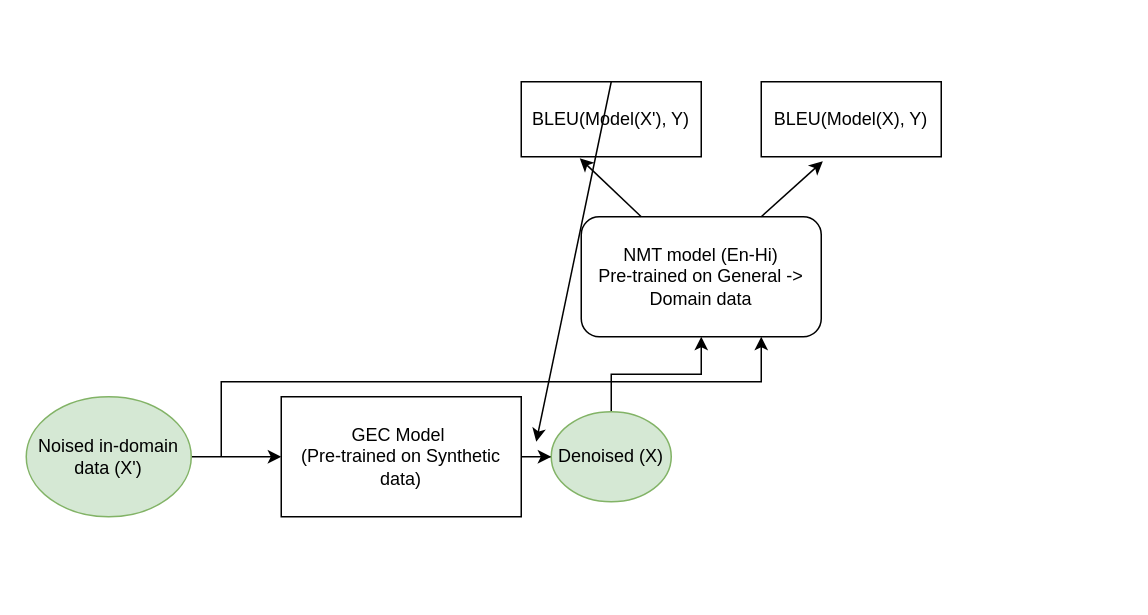
The draw.io diagram GEC denoiser.drawio in babangain/drawio, before the edit. Source tidied: cells renumbered, new cells numbered last; positions are measured from the earlier drawing's top-left corner, leaving out a move shared by most shapes. Both pictures are drawn from the tidied source at 150%, with x=0, y=0 at pixel (26, 81).
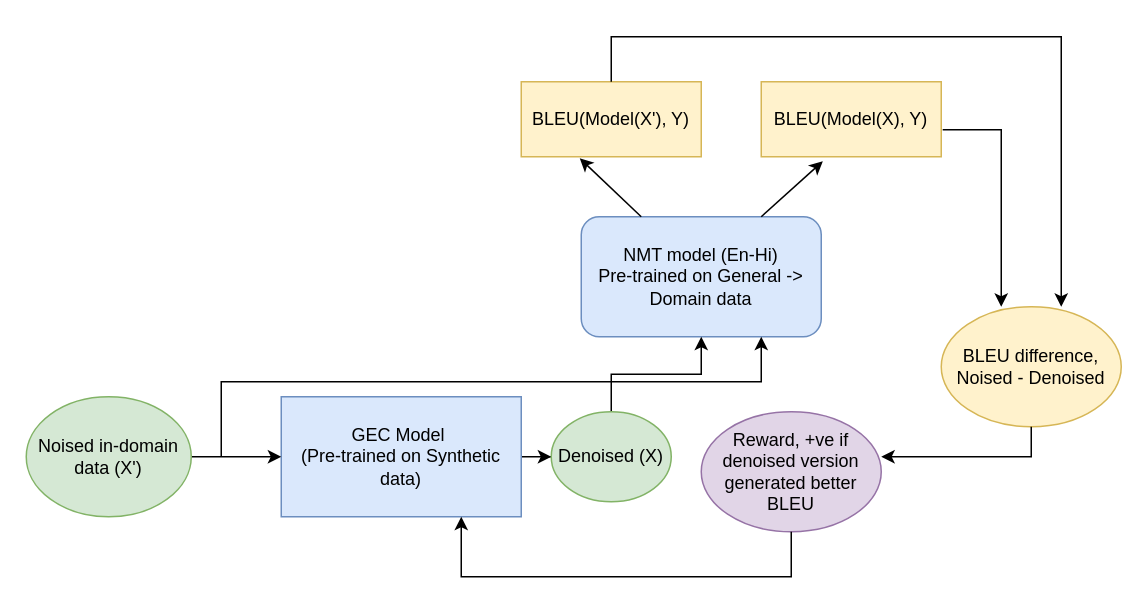
The same diagram, later.

What changed in the source:
```diff
@@
-    <mxCell id="3" value="GEC Model&amp;nbsp;&lt;br&gt;(Pre-trained on Synthetic data)" style="rounded=0;whiteSpace=wrap;html=1;" parent="1" vertex="1">
+    <mxCell id="3" value="GEC Model&amp;nbsp;&lt;br&gt;(Pre-trained on Synthetic data)" style="rounded=0;whiteSpace=wrap;html=1;fillColor=#dae8fc;strokeColor=#6c8ebf;" parent="1" vertex="1">
       <mxGeometry x="170" y="210" width="160" height="80" as="geometry" />
     </mxCell>
-    <mxCell id="4" value="NMT model (En-Hi)&lt;br&gt;Pre-trained on General -&amp;gt; Domain data" style="rounded=1;whiteSpace=wrap;html=1;" parent="1" vertex="1">
+    <mxCell id="4" value="NMT model (En-Hi)&lt;br&gt;Pre-trained on General -&amp;gt; Domain data" style="rounded=1;whiteSpace=wrap;html=1;fillColor=#dae8fc;strokeColor=#6c8ebf;" parent="1" vertex="1">
       <mxGeometry x="370" y="90" width="160" height="80" as="geometry" />
     </mxCell>
@@
-    <mxCell id="8" value="BLEU(Model(X'), Y)" style="rounded=0;whiteSpace=wrap;html=1;" parent="1" vertex="1">
+    <mxCell id="8" value="BLEU(Model(X'), Y)" style="rounded=0;whiteSpace=wrap;html=1;fillColor=#fff2cc;strokeColor=#d6b656;" parent="1" vertex="1">
       <mxGeometry x="330" width="120" height="50" as="geometry" />
     </mxCell>
@@
-    <mxCell id="12" value="BLEU(Model(X), Y)" style="rounded=0;whiteSpace=wrap;html=1;" parent="1" vertex="1">
+    <mxCell id="12" value="BLEU(Model(X), Y)" style="rounded=0;whiteSpace=wrap;html=1;fillColor=#fff2cc;strokeColor=#d6b656;" parent="1" vertex="1">
       <mxGeometry x="490" width="120" height="50" as="geometry" />
     </mxCell>
@@
     <mxCell id="14" style="endArrow=classic;html=1;rounded=0;exitX=0.5;exitY=0;exitDx=0;exitDy=0;" parent="1" edge="1" source="8">
       <mxGeometry relative="1" as="geometry">
-        <mxPoint x="340" y="240" as="targetPoint" />
+        <mxPoint x="690" y="150" as="targetPoint" />
+        <Array as="points">
+          <mxPoint x="390" y="-30" />
+          <mxPoint x="690" y="-30" />
+        </Array>
       </mxGeometry>
     </mxCell>
+    <mxCell id="15" value="BLEU difference, Noised - Denoised" style="ellipse;whiteSpace=wrap;html=1;fillColor=#fff2cc;strokeColor=#d6b656;" parent="1" vertex="1">
+      <mxGeometry x="610" y="150" width="120" height="80" as="geometry" />
+    </mxCell>
+    <mxCell id="16" style="endArrow=classic;html=1;rounded=0;exitX=1.008;exitY=0.64;exitDx=0;exitDy=0;exitPerimeter=0;" parent="1" edge="1" source="12">
+      <mxGeometry relative="1" as="geometry">
+        <mxPoint x="650" y="150" as="targetPoint" />
+        <Array as="points">
+          <mxPoint x="650" y="32" />
+        </Array>
+      </mxGeometry>
+    </mxCell>
+    <mxCell id="17" style="endArrow=classic;html=1;rounded=0;exitX=0.5;exitY=1;exitDx=0;exitDy=0;" parent="1" edge="1" source="15">
+      <mxGeometry relative="1" as="geometry">
+        <mxPoint x="570" y="250" as="targetPoint" />
+        <Array as="points">
+          <mxPoint x="670" y="250" />
+        </Array>
+      </mxGeometry>
+    </mxCell>
+    <mxCell id="18" value="Reward, +ve if denoised version generated better BLEU" style="ellipse;whiteSpace=wrap;html=1;fillColor=#e1d5e7;strokeColor=#9673a6;" parent="1" vertex="1">
+      <mxGeometry x="450" y="220" width="120" height="80" as="geometry" />
+    </mxCell>
+    <mxCell id="19" style="endArrow=classic;html=1;rounded=0;exitX=0.5;exitY=1;exitDx=0;exitDy=0;entryX=0.75;entryY=1;entryDx=0;entryDy=0;" parent="1" edge="1" source="18" target="3">
+      <mxGeometry relative="1" as="geometry">
+        <Array as="points">
+          <mxPoint x="510" y="330" />
+          <mxPoint x="410" y="330" />
+          <mxPoint x="290" y="330" />
+          <mxPoint x="290" y="300" />
+        </Array>
+      </mxGeometry>
+    </mxCell>
```
